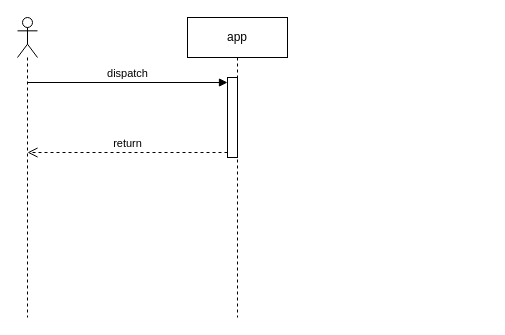
Earlier version of the draw.io diagram page "Page-3" (3 of 3) of schoolapp-use-case-spring-1.drawio (sidofdountio/schoolappui). Source tidied: cells renumbered, new cells numbered last; positions are measured from the earlier drawing's top-left corner, leaving out a move shared by most shapes. Both pictures are drawn from the tidied source at 100%, with x=0, y=0 at pixel (17, 17).
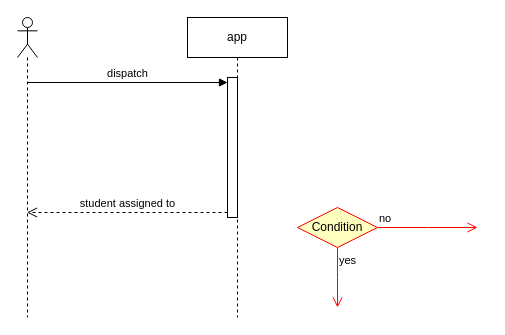
Above is the later version.

What changed in the source:
```diff
@@
 <mxGraphModel>
   <root>
     <mxCell id="0" />
     <mxCell id="1" parent="0" />
     <mxCell id="2" value="app" style="shape=umlLifeline;perimeter=lifelinePerimeter;whiteSpace=wrap;html=1;newEdgeStyle={&quot;curved&quot;:0,&quot;rounded&quot;:0};" parent="1" vertex="1">
       <mxGeometry x="170" width="100" height="300" as="geometry" />
     </mxCell>
     <mxCell id="3" style="shape=umlLifeline;perimeter=lifelinePerimeter;whiteSpace=wrap;html=1;outlineConnect=0;portConstraint=eastwest;newEdgeStyle={&quot;curved&quot;:0,&quot;rounded&quot;:0};participant=umlActor;" parent="1" vertex="1">
       <mxGeometry width="20" height="300" as="geometry" />
     </mxCell>
     <mxCell id="4" style="html=1;points=[[0,0,0,0,5],[0,1,0,0,-5],[1,0,0,0,5],[1,1,0,0,-5]];perimeter=orthogonalPerimeter;outlineConnect=0;targetShapes=umlLifeline;portConstraint=eastwest;newEdgeStyle={&quot;curved&quot;:0,&quot;rounded&quot;:0};" parent="1" vertex="1">
-      <mxGeometry x="210" y="60" width="10" height="80" as="geometry" />
+      <mxGeometry x="210" y="60" width="10" height="140" as="geometry" />
     </mxCell>
     <mxCell id="5" value="dispatch" style="html=1;verticalAlign=bottom;endArrow=block;curved=0;rounded=0;entryX=0;entryY=0;entryDx=0;entryDy=5;" parent="1" edge="1" target="4">
       <mxGeometry relative="1" as="geometry">
         <mxPoint x="10" y="65" as="sourcePoint" />
       </mxGeometry>
     </mxCell>
-    <mxCell id="6" value="return" style="html=1;verticalAlign=bottom;endArrow=open;dashed=1;endSize=8;curved=0;rounded=0;exitX=0;exitY=1;exitDx=0;exitDy=-5;" parent="1" edge="1" source="4">
-      <mxGeometry relative="1" as="geometry">
-        <mxPoint x="10" y="135" as="targetPoint" />
-      </mxGeometry>
+    <mxCell id="6" value="student assigned to" style="html=1;verticalAlign=bottom;endArrow=open;dashed=1;endSize=8;curved=0;rounded=0;exitX=0;exitY=1;exitDx=0;exitDy=-5;" parent="1" edge="1" source="4" target="3">
+      <mxGeometry relative="1" as="geometry" />
     </mxCell>
+    <mxCell id="7" value="Condition" style="rhombus;whiteSpace=wrap;html=1;fontColor=#000000;fillColor=#ffffc0;strokeColor=#ff0000;" parent="1" vertex="1">
+      <mxGeometry x="280" y="190" width="80" height="40" as="geometry" />
+    </mxCell>
+    <mxCell id="8" value="no" style="edgeStyle=orthogonalEdgeStyle;html=1;align=left;verticalAlign=bottom;endArrow=open;endSize=8;strokeColor=#ff0000;rounded=0;" parent="1" edge="1" source="7">
+      <mxGeometry x="-1" relative="1" as="geometry">
+        <mxPoint x="460" y="210" as="targetPoint" />
+      </mxGeometry>
+    </mxCell>
+    <mxCell id="9" value="yes" style="edgeStyle=orthogonalEdgeStyle;html=1;align=left;verticalAlign=top;endArrow=open;endSize=8;strokeColor=#ff0000;rounded=0;" parent="1" edge="1" source="7">
+      <mxGeometry x="-1" relative="1" as="geometry">
+        <mxPoint x="320" y="290" as="targetPoint" />
+      </mxGeometry>
+    </mxCell>
   </root>
 </mxGraphModel>
```
